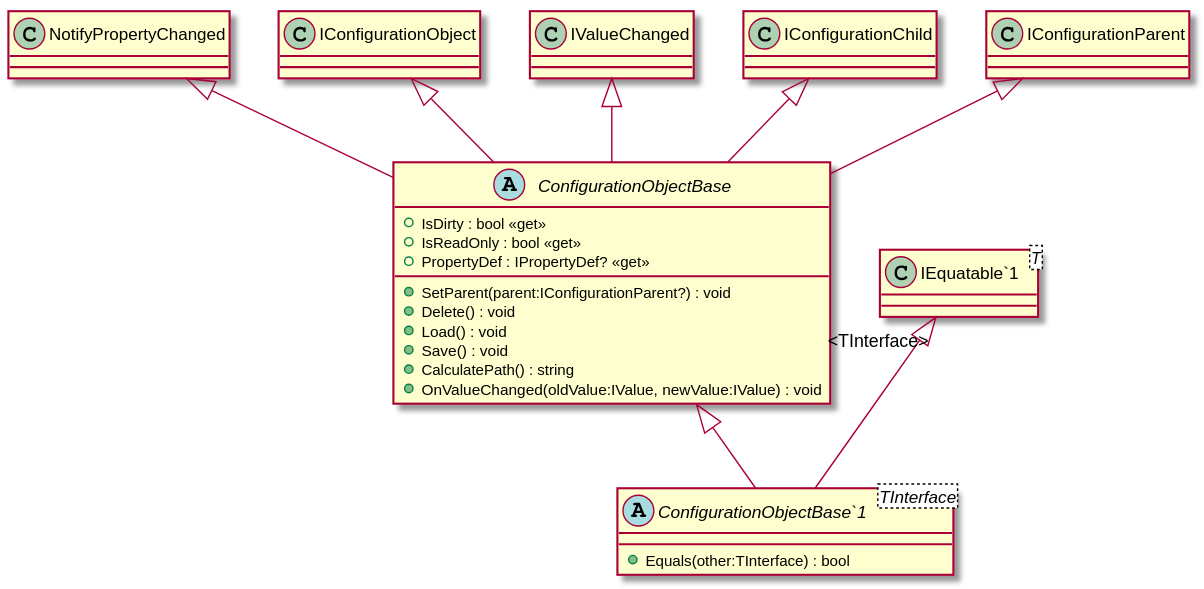
Earlier version of the PlantUML export docs-src/ApiDocs/images/uml-diagrams/ConfigurationObjectBase/ConfigurationObjectBase.svg (open-collar/OpenCollar.Extensions.Configuration).
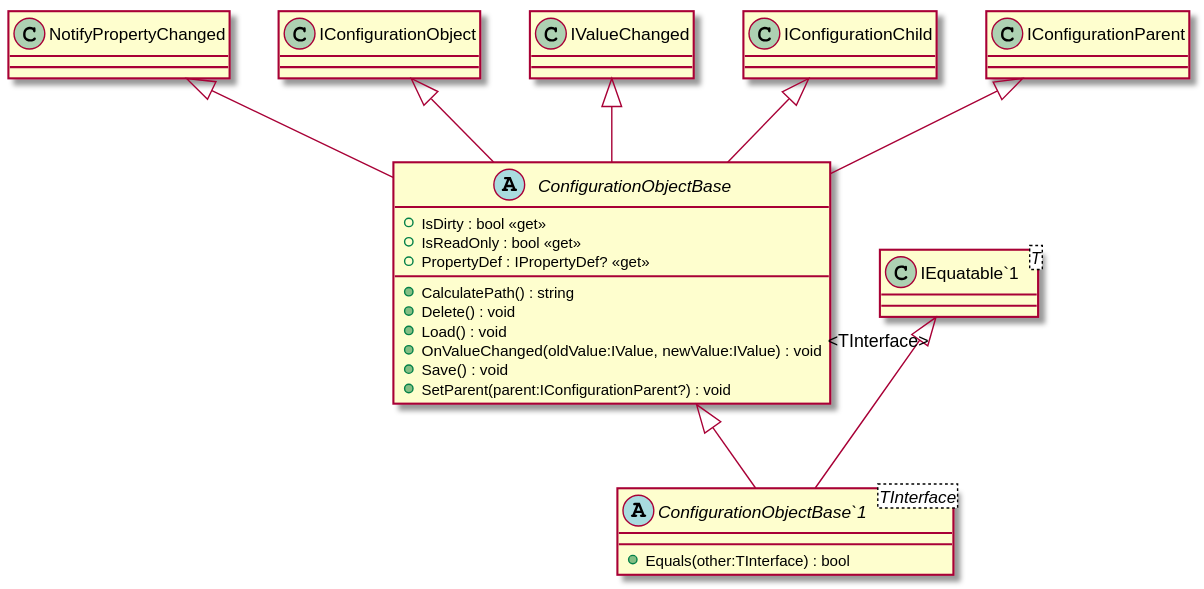
After the change.

What changed in the source:
```diff
@@ -3,15 +3,15 @@
     + Equals(other:TInterface) : bool
 }
 abstract class ConfigurationObjectBase {
-    + SetParent(parent:IConfigurationParent?) : void
     + IsDirty : bool <<get>>
-    + Delete() : void
-    + Load() : void
-    + Save() : void
     + IsReadOnly : bool <<get>>
     + PropertyDef : IPropertyDef? <<get>>
     + CalculatePath() : string
+    + Delete() : void
+    + Load() : void
     + OnValueChanged(oldValue:IValue, newValue:IValue) : void
+    + Save() : void
+    + SetParent(parent:IConfigurationParent?) : void
 }
 class "IEquatable`1"<T> {
 }
```
